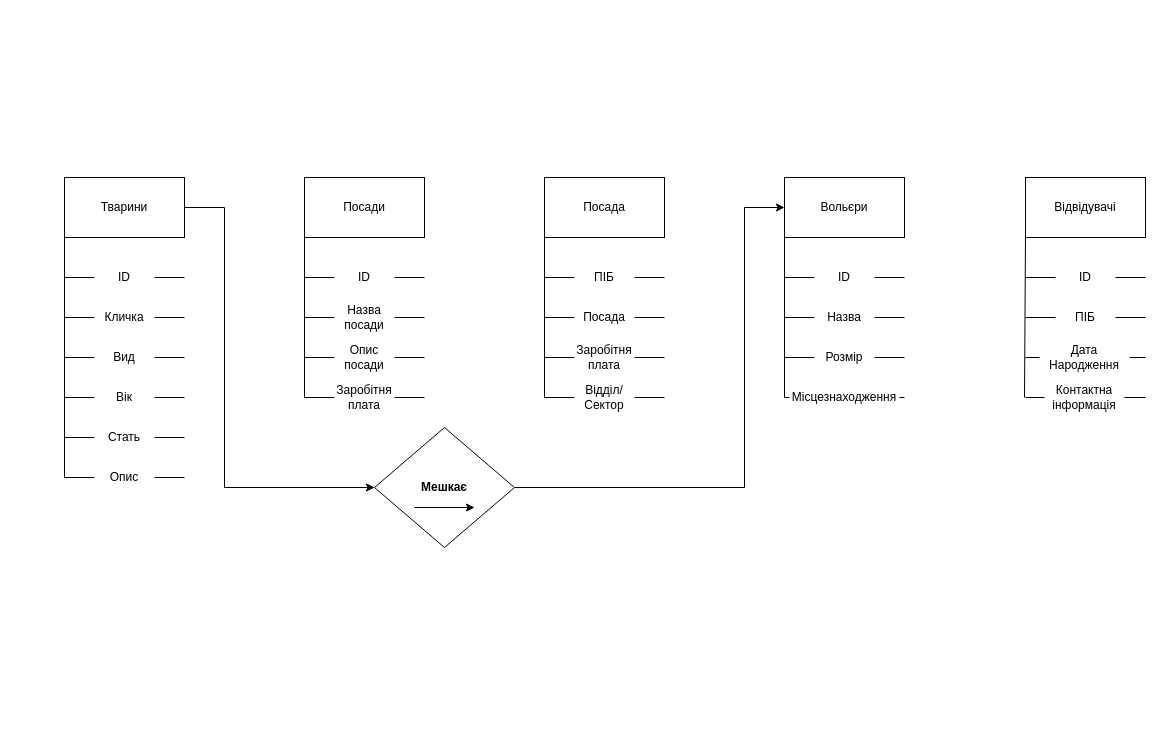
SombreEm/my-projects keeps this draw.io diagram as ШАГ 04.04.2024/Сутність-Зв'язок.drawio. Above is the earlier version. Source tidied: cells renumbered, new cells numbered last; positions are measured from the earlier drawing's top-left corner, leaving out a move shared by most shapes. Both pictures are drawn from the tidied source at 100%, with x=0, y=0 at pixel (64, 177).
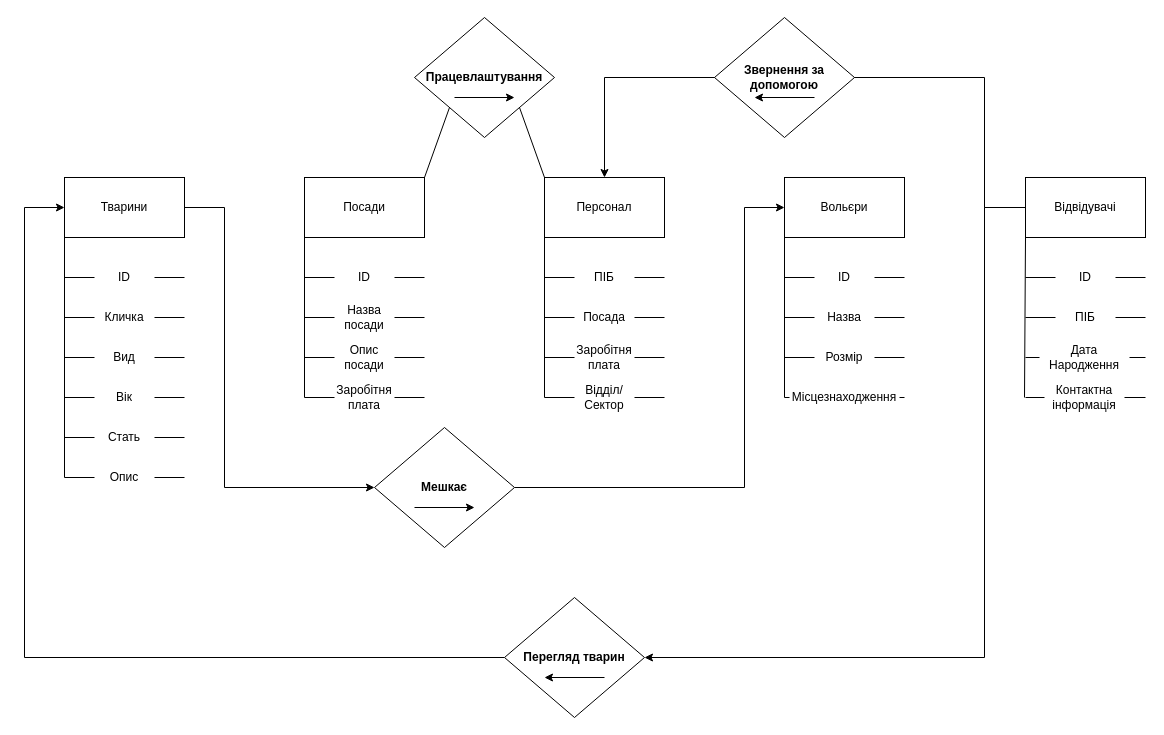
The same page after the edit.

Unchanged cells that the change refers to:
```xml
<mxCell id="2" value="Тварини" style="rounded=0;whiteSpace=wrap;html=1;" parent="1" vertex="1">
  <mxGeometry width="120" height="60" as="geometry" />
</mxCell>
<mxCell id="22" value="Посади" style="rounded=0;whiteSpace=wrap;html=1;" parent="1" vertex="1">
  <mxGeometry x="240" width="120" height="60" as="geometry" />
</mxCell>
<mxCell id="64" value="Відвідувачі" style="rounded=0;whiteSpace=wrap;html=1;" parent="1" vertex="1">
  <mxGeometry x="961" width="120" height="60" as="geometry" />
</mxCell>
```

Change to the diagram source:
```diff
@@
-    <mxCell id="36" value="Посада" style="rounded=0;whiteSpace=wrap;html=1;" parent="1" vertex="1">
+    <mxCell id="36" value="Персонал" style="rounded=0;whiteSpace=wrap;html=1;" parent="1" vertex="1">
       <mxGeometry x="480" width="120" height="60" as="geometry" />
     </mxCell>
@@
+    <mxCell id="82" style="edgeStyle=orthogonalEdgeStyle;rounded=0;jettySize=auto;html=1;exitX=0;exitY=0.5;exitDx=0;exitDy=0;entryX=0;entryY=0.5;entryDx=0;entryDy=0;" parent="1" edge="1" source="89" target="2">
+      <mxGeometry relative="1" as="geometry">
+        <Array as="points">
+          <mxPoint x="-40" y="30" />
+        </Array>
+      </mxGeometry>
+    </mxCell>
+    <mxCell id="83" style="edgeStyle=orthogonalEdgeStyle;rounded=0;jettySize=auto;html=1;exitX=0;exitY=0.5;exitDx=0;exitDy=0;" parent="1" edge="1" source="64" target="89">
+      <mxGeometry relative="1" as="geometry">
+        <Array as="points">
+          <mxPoint x="920" y="30" />
+          <mxPoint x="920" y="480" />
+        </Array>
+      </mxGeometry>
+    </mxCell>
+    <mxCell id="84" style="edgeStyle=orthogonalEdgeStyle;rounded=0;jettySize=auto;html=1;exitX=0;exitY=0.5;exitDx=0;exitDy=0;entryX=0.5;entryY=0;entryDx=0;entryDy=0;" parent="1" edge="1" source="64" target="36">
+      <mxGeometry relative="1" as="geometry">
+        <Array as="points">
+          <mxPoint x="920" y="30" />
+          <mxPoint x="920" y="-100" />
+          <mxPoint x="540" y="-100" />
+        </Array>
+      </mxGeometry>
+    </mxCell>
@@
+    <mxCell id="85" value="&lt;b&gt;Працевлаштування&lt;/b&gt;" style="rhombus;whiteSpace=wrap;html=1;" parent="1" vertex="1">
+      <mxGeometry x="350" y="-160" width="140" height="120" as="geometry" />
+    </mxCell>
+    <mxCell id="86" style="endArrow=none;html=1;rounded=0;exitX=1;exitY=0;exitDx=0;exitDy=0;entryX=0;entryY=1;entryDx=0;entryDy=0;" parent="1" edge="1" source="22" target="85">
+      <mxGeometry relative="1" as="geometry" />
+    </mxCell>
+    <mxCell id="87" style="endArrow=none;html=1;rounded=0;exitX=0;exitY=0;exitDx=0;exitDy=0;entryX=1;entryY=1;entryDx=0;entryDy=0;" parent="1" edge="1" source="36" target="85">
+      <mxGeometry relative="1" as="geometry" />
+    </mxCell>
+    <mxCell id="88" style="endArrow=classic;html=1;rounded=0;" parent="1" edge="1">
+      <mxGeometry relative="1" as="geometry">
+        <mxPoint x="390" y="-80" as="sourcePoint" />
+        <mxPoint x="450" y="-80" as="targetPoint" />
+      </mxGeometry>
+    </mxCell>
+    <mxCell id="89" value="&lt;b&gt;Перегляд тварин&lt;/b&gt;" style="rhombus;whiteSpace=wrap;html=1;" parent="1" vertex="1">
+      <mxGeometry x="440" y="420" width="140" height="120" as="geometry" />
+    </mxCell>
+    <mxCell id="90" style="endArrow=classic;html=1;rounded=0;" parent="1" edge="1">
+      <mxGeometry relative="1" as="geometry">
+        <mxPoint x="540" y="500" as="sourcePoint" />
+        <mxPoint x="480" y="500" as="targetPoint" />
+      </mxGeometry>
+    </mxCell>
+    <mxCell id="91" value="&lt;b&gt;Звернення за допомогою&lt;/b&gt;" style="rhombus;whiteSpace=wrap;html=1;" parent="1" vertex="1">
+      <mxGeometry x="650" y="-160" width="140" height="120" as="geometry" />
+    </mxCell>
+    <mxCell id="92" style="endArrow=classic;html=1;rounded=0;" parent="1" edge="1">
+      <mxGeometry relative="1" as="geometry">
+        <mxPoint x="750" y="-80" as="sourcePoint" />
+        <mxPoint x="690" y="-80" as="targetPoint" />
+      </mxGeometry>
+    </mxCell>
```
